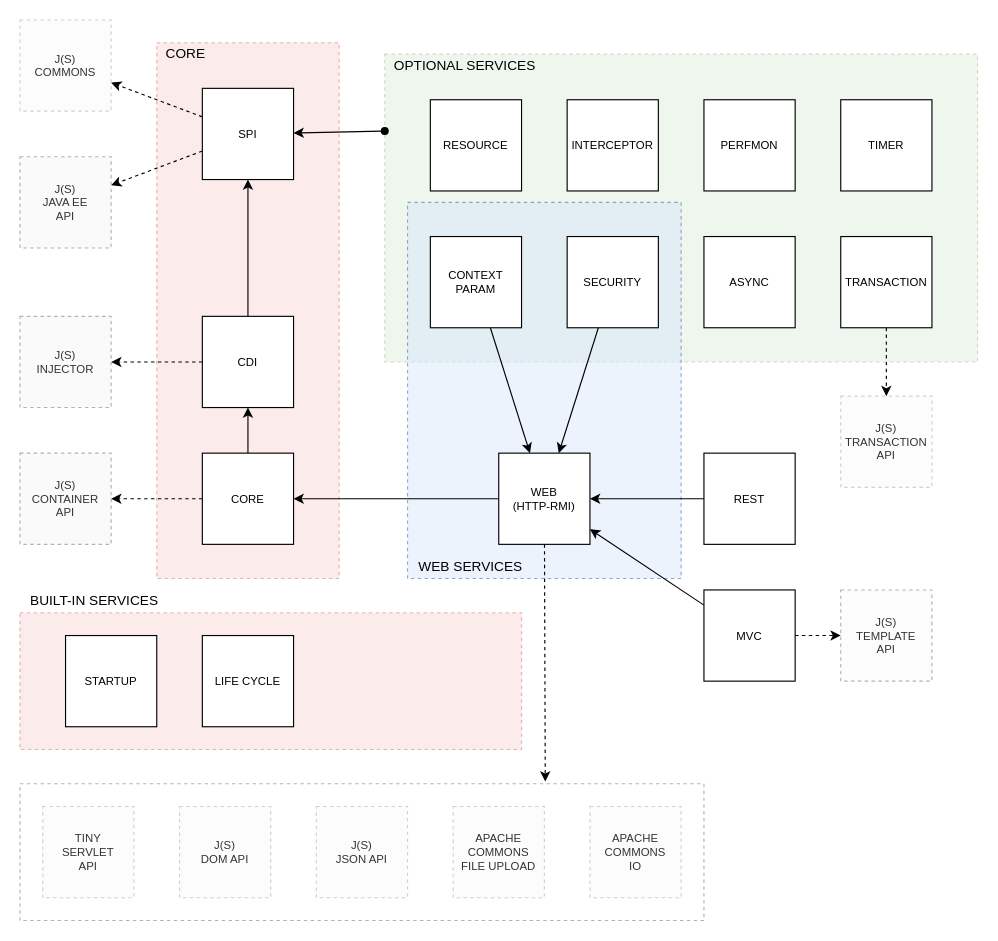
Before: page "Container Architecture" (5 of 14) of docs/container.drawio in js-lib-com/tiny-container, a draw.io diagram. Source tidied: cells renumbered, new cells numbered last; positions are measured from the earlier drawing's top-left corner, leaving out a move shared by most shapes. Both pictures are drawn from the tidied source at 114%, with x=0, y=0 at pixel (19, 19).
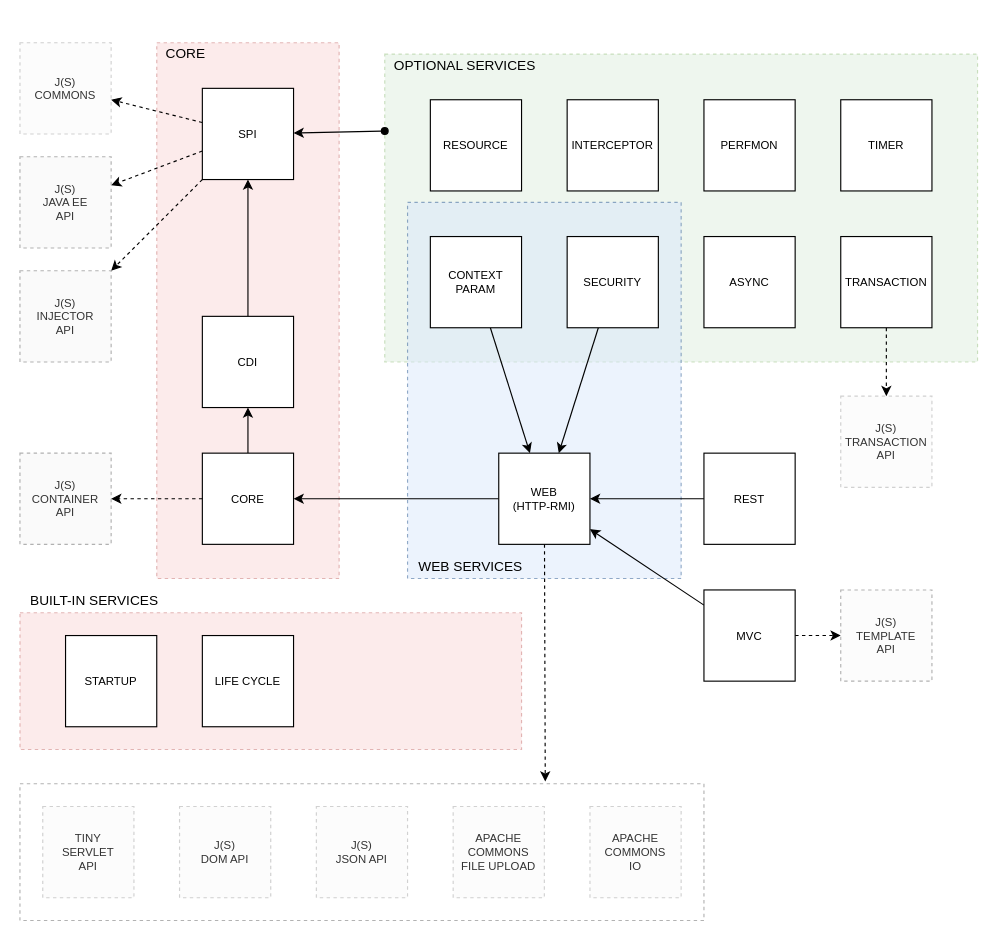
After the change.

Unchanged cells that the change refers to:
```xml
<mxCell id="12" value="CDI" style="whiteSpace=wrap;html=1;fontSize=10;" parent="1" vertex="1">
  <mxGeometry x="160" y="260" width="80" height="80" as="geometry" />
</mxCell>
<mxCell id="26" value="SPI" style="whiteSpace=wrap;html=1;fontSize=10;" parent="1" vertex="1">
  <mxGeometry x="160" y="60" width="80" height="80" as="geometry" />
</mxCell>
```

Diff of the diagram source:
```diff
@@
-    <mxCell id="11" style="rounded=0;jettySize=auto;html=1;fontSize=10;dashed=1;" parent="1" edge="1" source="12" target="34">
+    <mxCell id="11" style="rounded=0;jettySize=auto;html=1;fontSize=10;dashed=1;" parent="1" edge="1" source="26" target="34">
       <mxGeometry relative="1" as="geometry" />
     </mxCell>
@@
-    <mxCell id="34" value="J(S)&lt;br&gt;INJECTOR" style="whiteSpace=wrap;html=1;fontSize=10;fillColor=#f5f5f5;strokeColor=#666666;fontColor=#333333;opacity=50;dashed=1;" parent="1" vertex="1">
-      <mxGeometry y="260" width="80" height="80" as="geometry" />
+    <mxCell id="34" value="J(S)&lt;br&gt;INJECTOR&lt;br&gt;API" style="whiteSpace=wrap;html=1;fontSize=10;fillColor=#f5f5f5;strokeColor=#666666;fontColor=#333333;opacity=50;dashed=1;" parent="1" vertex="1">
+      <mxGeometry y="220" width="80" height="80" as="geometry" />
     </mxCell>
@@
     <mxCell id="38" value="J(S)&lt;br&gt;COMMONS" style="whiteSpace=wrap;html=1;fontSize=10;opacity=30;fillColor=#f5f5f5;strokeColor=#666666;fontColor=#333333;dashed=1;" parent="1" vertex="1">
-      <mxGeometry width="80" height="80" as="geometry" />
+      <mxGeometry y="20" width="80" height="80" as="geometry" />
     </mxCell>
```
